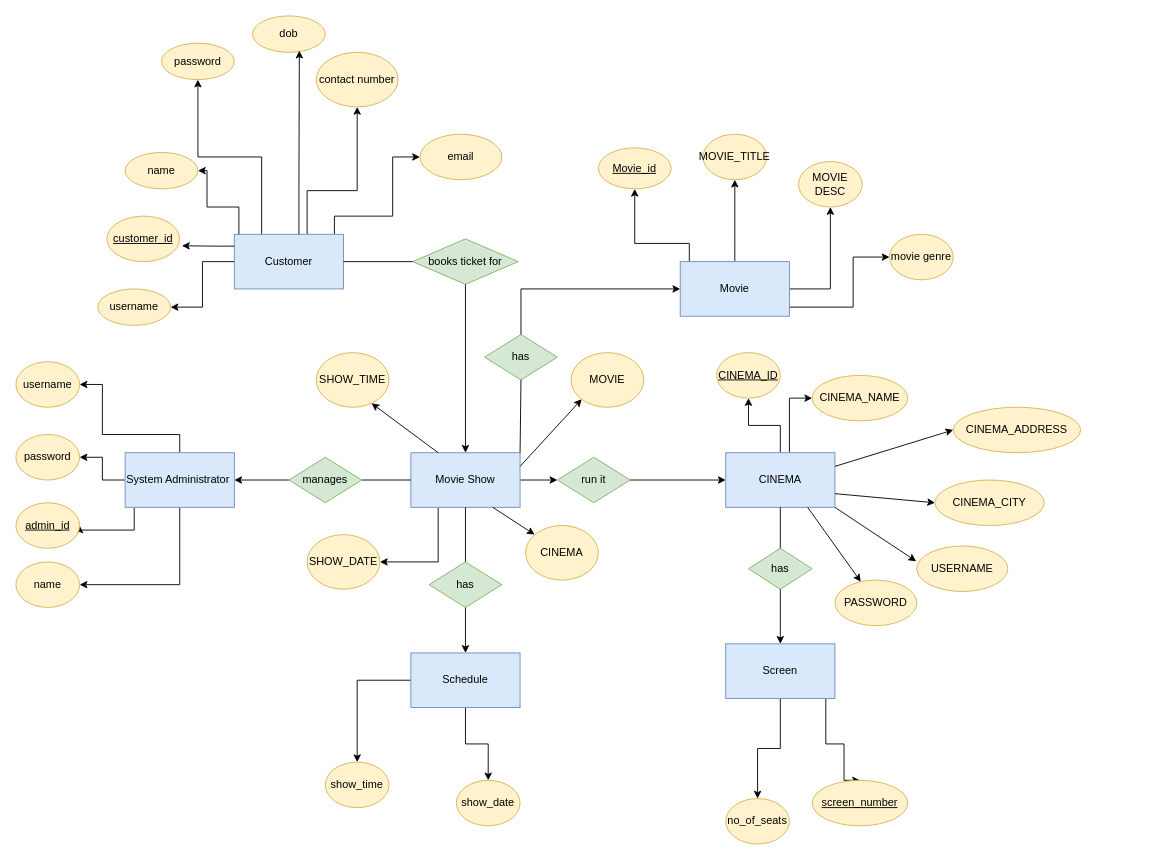
This is page "Page-2" (2 of 3) of usecase diagram.drawio from abhihksd/MovieBookingWebsite, a draw.io file, before an edit. Source tidied: cells renumbered, new cells numbered last; positions are measured from the earlier drawing's top-left corner, leaving out a move shared by most shapes. Both pictures are drawn from the tidied source at 91%, with x=0, y=0 at pixel (15, 15).
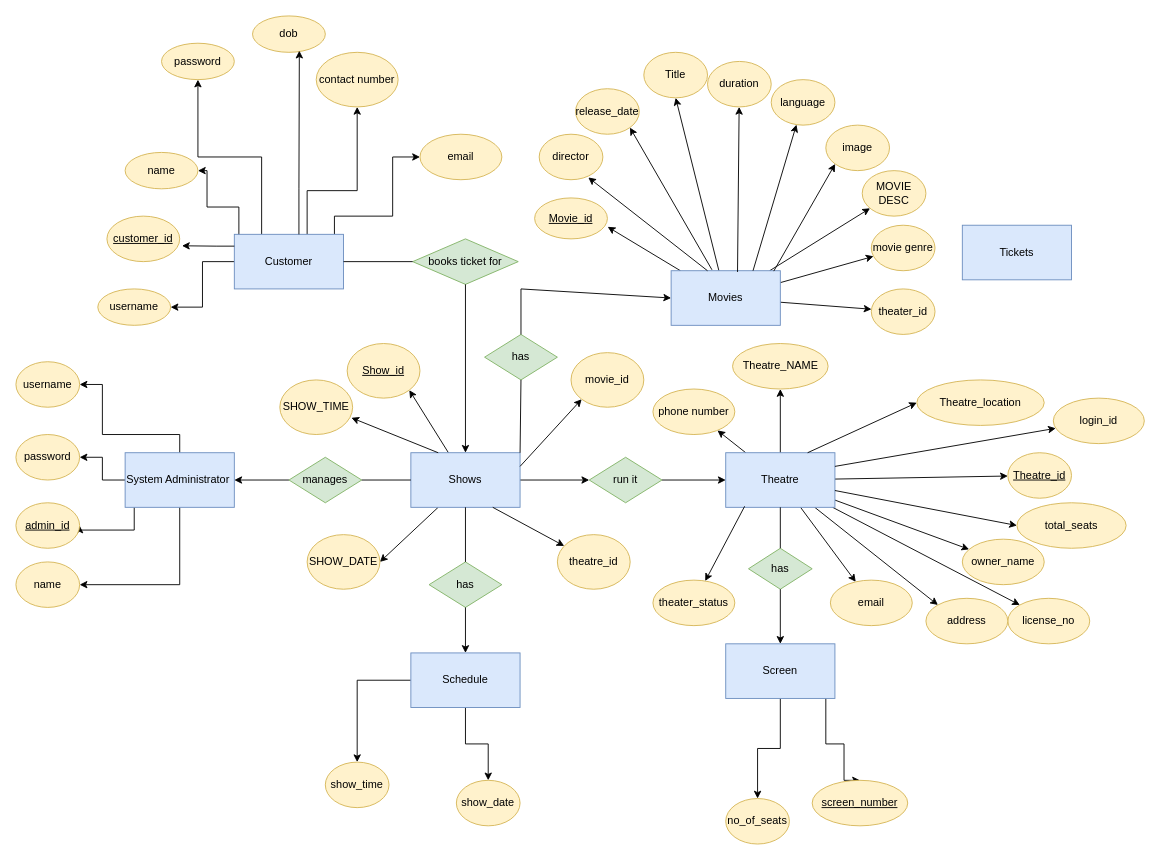
The same diagram, later.

Unchanged cells that the change refers to:
```xml
<mxCell id="68" value="SHOW_DATE" style="ellipse;whiteSpace=wrap;html=1;fillColor=#fff2cc;strokeColor=#d6b656;" parent="1" vertex="1">
  <mxGeometry x="320" y="570" width="80" height="60" as="geometry" />
</mxCell>
```

Change to the diagram source:
```diff
@@
-    <mxCell id="3" style="edgeStyle=orthogonalEdgeStyle;rounded=0;jettySize=auto;html=1;exitX=0.25;exitY=1;exitDx=0;exitDy=0;entryX=1;entryY=0.5;entryDx=0;entryDy=0;" parent="1" edge="1" source="4" target="68">
+    <mxCell id="3" style="rounded=0;jettySize=auto;html=1;exitX=0.25;exitY=1;exitDx=0;exitDy=0;entryX=1;entryY=0.5;entryDx=0;entryDy=0;" parent="1" edge="1" source="4" target="68">
       <mxGeometry relative="1" as="geometry" />
     </mxCell>
+    <mxCell id="85" style="rounded=0;jettySize=auto;html=1;entryX=1;entryY=1;entryDx=0;entryDy=0;" parent="1" edge="1" source="4" target="104">
+      <mxGeometry relative="1" as="geometry" />
+    </mxCell>
-    <mxCell id="4" value="Movie Show" style="rounded=0;whiteSpace=wrap;html=1;fillColor=#dae8fc;strokeColor=#6c8ebf;" parent="1" vertex="1">
+    <mxCell id="4" value="Shows" style="rounded=0;whiteSpace=wrap;html=1;fillColor=#dae8fc;strokeColor=#6c8ebf;" parent="1" vertex="1">
       <mxGeometry x="434" y="480" width="120" height="60" as="geometry" />
     </mxCell>
@@
-    <mxCell id="11" style="edgeStyle=orthogonalEdgeStyle;rounded=0;jettySize=auto;html=1;entryX=0;entryY=0.5;entryDx=0;entryDy=0;" parent="1" edge="1" source="13" target="63">
-      <mxGeometry relative="1" as="geometry">
-        <Array as="points">
-          <mxPoint x="850" y="420" />
-        </Array>
-      </mxGeometry>
+    <mxCell id="11" style="rounded=0;jettySize=auto;html=1;" parent="1" edge="1" source="13" target="63">
+      <mxGeometry relative="1" as="geometry" />
     </mxCell>
-    <mxCell id="12" style="edgeStyle=orthogonalEdgeStyle;rounded=0;jettySize=auto;html=1;" parent="1" edge="1" source="13" target="61">
+    <mxCell id="12" style="rounded=0;jettySize=auto;html=1;" parent="1" edge="1" source="13" target="61">
       <mxGeometry relative="1" as="geometry" />
     </mxCell>
+    <mxCell id="86" style="rounded=0;jettySize=auto;html=1;entryX=0;entryY=0;entryDx=0;entryDy=0;" parent="1" edge="1" source="13" target="106">
+      <mxGeometry relative="1" as="geometry" />
+    </mxCell>
+    <mxCell id="87" style="rounded=0;jettySize=auto;html=1;" parent="1" edge="1" source="13" target="108">
+      <mxGeometry relative="1" as="geometry" />
+    </mxCell>
+    <mxCell id="88" style="rounded=0;jettySize=auto;html=1;entryX=0;entryY=0;entryDx=0;entryDy=0;" parent="1" edge="1" source="13" target="109">
+      <mxGeometry relative="1" as="geometry" />
+    </mxCell>
+    <mxCell id="89" style="rounded=0;jettySize=auto;html=1;" parent="1" edge="1" source="13" target="107">
+      <mxGeometry relative="1" as="geometry" />
+    </mxCell>
+    <mxCell id="90" style="rounded=0;jettySize=auto;html=1;" parent="1" edge="1" source="13" target="105">
+      <mxGeometry relative="1" as="geometry" />
+    </mxCell>
-    <mxCell id="13" value="CINEMA" style="rounded=0;whiteSpace=wrap;html=1;fillColor=#dae8fc;strokeColor=#6c8ebf;" parent="1" vertex="1">
+    <mxCell id="13" value="Theatre" style="rounded=0;whiteSpace=wrap;html=1;fillColor=#dae8fc;strokeColor=#6c8ebf;" parent="1" vertex="1">
       <mxGeometry x="780" y="480" width="120" height="60" as="geometry" />
     </mxCell>
@@
-    <mxCell id="17" style="edgeStyle=orthogonalEdgeStyle;rounded=0;jettySize=auto;html=1;entryX=0.5;entryY=1;entryDx=0;entryDy=0;" parent="1" edge="1" source="21" target="64">
-      <mxGeometry relative="1" as="geometry">
-        <Array as="points">
-          <mxPoint x="740" y="250" />
-          <mxPoint x="680" y="250" />
-        </Array>
-      </mxGeometry>
+    <mxCell id="17" style="rounded=0;jettySize=auto;html=1;entryX=1.003;entryY=0.706;entryDx=0;entryDy=0;entryPerimeter=0;" parent="1" edge="1" source="21" target="64">
+      <mxGeometry relative="1" as="geometry" />
     </mxCell>
-    <mxCell id="18" style="edgeStyle=orthogonalEdgeStyle;rounded=0;jettySize=auto;html=1;entryX=0.5;entryY=1;entryDx=0;entryDy=0;" parent="1" edge="1" source="21">
-      <mxGeometry relative="1" as="geometry">
-        <mxPoint x="790" y="180" as="targetPoint" />
-        <Array as="points">
-          <mxPoint x="790" y="250" />
-          <mxPoint x="790" y="250" />
-        </Array>
-      </mxGeometry>
+    <mxCell id="18" style="rounded=0;jettySize=auto;html=1;entryX=0.5;entryY=1;entryDx=0;entryDy=0;" parent="1" edge="1" source="21" target="73">
+      <mxGeometry relative="1" as="geometry" />
     </mxCell>
-    <mxCell id="19" style="edgeStyle=orthogonalEdgeStyle;rounded=0;jettySize=auto;html=1;" parent="1" edge="1" source="21" target="65">
+    <mxCell id="19" style="rounded=0;jettySize=auto;html=1;" parent="1" edge="1" source="21" target="65">
       <mxGeometry relative="1" as="geometry" />
     </mxCell>
-    <mxCell id="20" style="edgeStyle=orthogonalEdgeStyle;rounded=0;jettySize=auto;html=1;" parent="1" edge="1" source="21" target="74">
-      <mxGeometry relative="1" as="geometry">
-        <Array as="points">
-          <mxPoint x="920" y="320" />
-          <mxPoint x="920" y="265" />
-        </Array>
-      </mxGeometry>
+    <mxCell id="20" style="rounded=0;jettySize=auto;html=1;" parent="1" edge="1" source="21" target="74">
+      <mxGeometry relative="1" as="geometry" />
     </mxCell>
+    <mxCell id="91" style="rounded=0;jettySize=auto;html=1;" parent="1" edge="1" source="21" target="96">
+      <mxGeometry relative="1" as="geometry" />
+    </mxCell>
-    <mxCell id="21" value="Movie" style="rounded=0;whiteSpace=wrap;html=1;fillColor=#dae8fc;strokeColor=#6c8ebf;" parent="1" vertex="1">
-      <mxGeometry x="730" y="270" width="120" height="60" as="geometry" />
+    <mxCell id="21" value="Movies" style="rounded=0;whiteSpace=wrap;html=1;fillColor=#dae8fc;strokeColor=#6c8ebf;" parent="1" vertex="1">
+      <mxGeometry x="720" y="280" width="120" height="60" as="geometry" />
     </mxCell>
@@
     <mxCell id="31" value="run it" style="rhombus;whiteSpace=wrap;html=1;fillColor=#d5e8d4;strokeColor=#82b366;" parent="1" vertex="1">
-      <mxGeometry x="595" y="485" width="80" height="50" as="geometry" />
+      <mxGeometry x="630" y="485" width="80" height="50" as="geometry" />
     </mxCell>
@@
-    <mxCell id="61" value="&lt;u&gt;CINEMA_ID&lt;/u&gt;" style="ellipse;whiteSpace=wrap;html=1;fillColor=#fff2cc;strokeColor=#d6b656;" parent="1" vertex="1">
-      <mxGeometry x="770" y="370" width="70" height="50" as="geometry" />
+    <mxCell id="61" value="&lt;u&gt;Theatre_id&lt;/u&gt;" style="ellipse;whiteSpace=wrap;html=1;fillColor=#fff2cc;strokeColor=#d6b656;" parent="1" vertex="1">
+      <mxGeometry x="1090" y="480" width="70" height="50" as="geometry" />
     </mxCell>
-    <mxCell id="62" value="CINEMA_ADDRESS" style="ellipse;whiteSpace=wrap;html=1;fillColor=#fff2cc;strokeColor=#d6b656;" parent="1" vertex="1">
-      <mxGeometry x="1030" y="430" width="140" height="50" as="geometry" />
+    <mxCell id="62" value="Theatre_location" style="ellipse;whiteSpace=wrap;html=1;fillColor=#fff2cc;strokeColor=#d6b656;" parent="1" vertex="1">
+      <mxGeometry x="990" y="400" width="140" height="50" as="geometry" />
     </mxCell>
-    <mxCell id="63" value="CINEMA_NAME" style="ellipse;whiteSpace=wrap;html=1;fillColor=#fff2cc;strokeColor=#d6b656;" parent="1" vertex="1">
-      <mxGeometry x="875" y="395" width="105" height="50" as="geometry" />
+    <mxCell id="63" value="Theatre_NAME" style="ellipse;whiteSpace=wrap;html=1;fillColor=#fff2cc;strokeColor=#d6b656;" parent="1" vertex="1">
+      <mxGeometry x="787.5" y="360" width="105" height="50" as="geometry" />
     </mxCell>
     <mxCell id="64" value="&lt;u&gt;Movie_id&lt;/u&gt;" style="ellipse;whiteSpace=wrap;html=1;fillColor=#fff2cc;strokeColor=#d6b656;" parent="1" vertex="1">
-      <mxGeometry x="640" y="145" width="80" height="45" as="geometry" />
+      <mxGeometry x="570" y="200" width="80" height="45" as="geometry" />
     </mxCell>
     <mxCell id="65" value="MOVIE DESC" style="ellipse;whiteSpace=wrap;html=1;fillColor=#fff2cc;strokeColor=#d6b656;" parent="1" vertex="1">
-      <mxGeometry x="860" y="160" width="70" height="50" as="geometry" />
+      <mxGeometry x="930" y="170" width="70" height="50" as="geometry" />
     </mxCell>
-    <mxCell id="66" value="CINEMA" style="ellipse;whiteSpace=wrap;html=1;fillColor=#fff2cc;strokeColor=#d6b656;" parent="1" vertex="1">
-      <mxGeometry x="560" y="560" width="80" height="60" as="geometry" />
+    <mxCell id="66" value="theatre_id" style="ellipse;whiteSpace=wrap;html=1;fillColor=#fff2cc;strokeColor=#d6b656;" parent="1" vertex="1">
+      <mxGeometry x="595" y="570" width="80" height="60" as="geometry" />
     </mxCell>
-    <mxCell id="67" value="MOVIE" style="ellipse;whiteSpace=wrap;html=1;fillColor=#fff2cc;strokeColor=#d6b656;" parent="1" vertex="1">
+    <mxCell id="67" value="movie_id" style="ellipse;whiteSpace=wrap;html=1;fillColor=#fff2cc;strokeColor=#d6b656;" parent="1" vertex="1">
       <mxGeometry x="610" y="370" width="80" height="60" as="geometry" />
     </mxCell>
@@
     <mxCell id="69" value="SHOW_TIME" style="ellipse;whiteSpace=wrap;html=1;fillColor=#fff2cc;strokeColor=#d6b656;" parent="1" vertex="1">
-      <mxGeometry x="330" y="370" width="80" height="60" as="geometry" />
+      <mxGeometry x="290" y="400" width="80" height="60" as="geometry" />
     </mxCell>
-    <mxCell id="70" value="CINEMA_CITY" style="ellipse;whiteSpace=wrap;html=1;fillColor=#fff2cc;strokeColor=#d6b656;" parent="1" vertex="1">
-      <mxGeometry x="1010" y="510" width="120" height="50" as="geometry" />
+    <mxCell id="70" value="total_seats" style="ellipse;whiteSpace=wrap;html=1;fillColor=#fff2cc;strokeColor=#d6b656;" parent="1" vertex="1">
+      <mxGeometry x="1100" y="535" width="120" height="50" as="geometry" />
     </mxCell>
-    <mxCell id="71" value="USERNAME" style="ellipse;whiteSpace=wrap;html=1;fillColor=#fff2cc;strokeColor=#d6b656;" parent="1" vertex="1">
-      <mxGeometry x="990" y="582.5" width="100" height="50" as="geometry" />
+    <mxCell id="71" value="login_id" style="ellipse;whiteSpace=wrap;html=1;fillColor=#fff2cc;strokeColor=#d6b656;" parent="1" vertex="1">
+      <mxGeometry x="1140" y="420" width="100" height="50" as="geometry" />
     </mxCell>
-    <mxCell id="72" value="PASSWORD" style="ellipse;whiteSpace=wrap;html=1;fillColor=#fff2cc;strokeColor=#d6b656;" parent="1" vertex="1">
-      <mxGeometry x="900" y="620" width="90" height="50" as="geometry" />
+    <mxCell id="72" value="theater_status" style="ellipse;whiteSpace=wrap;html=1;fillColor=#fff2cc;strokeColor=#d6b656;" parent="1" vertex="1">
+      <mxGeometry x="700" y="620" width="90" height="50" as="geometry" />
     </mxCell>
-    <mxCell id="73" value="MOVIE_TITLE" style="ellipse;whiteSpace=wrap;html=1;fillColor=#fff2cc;strokeColor=#d6b656;" parent="1" vertex="1">
-      <mxGeometry x="755" y="130" width="70" height="50" as="geometry" />
+    <mxCell id="73" value="Title" style="ellipse;whiteSpace=wrap;html=1;fillColor=#fff2cc;strokeColor=#d6b656;" parent="1" vertex="1">
+      <mxGeometry x="690" y="40" width="70" height="50" as="geometry" />
     </mxCell>
     <mxCell id="74" value="movie genre" style="ellipse;whiteSpace=wrap;html=1;fillColor=#fff2cc;strokeColor=#d6b656;" parent="1" vertex="1">
-      <mxGeometry x="960" y="240" width="70" height="50" as="geometry" />
+      <mxGeometry x="940" y="230" width="70" height="50" as="geometry" />
     </mxCell>
@@
-    <mxCell id="78" style="endArrow=classic;html=1;rounded=0;entryX=0.76;entryY=0.928;entryDx=0;entryDy=0;entryPerimeter=0;exitX=0.25;exitY=0;exitDx=0;exitDy=0;" parent="1" edge="1" source="4" target="69">
+    <mxCell id="78" style="endArrow=classic;html=1;rounded=0;entryX=0.983;entryY=0.693;entryDx=0;entryDy=0;entryPerimeter=0;exitX=0.25;exitY=0;exitDx=0;exitDy=0;" parent="1" edge="1" source="4" target="69">
       <mxGeometry relative="1" as="geometry" />
     </mxCell>
@@
-    <mxCell id="80" style="endArrow=classic;html=1;rounded=0;exitX=0.75;exitY=1;exitDx=0;exitDy=0;" parent="1" edge="1" source="4">
-      <mxGeometry relative="1" as="geometry">
-        <mxPoint x="570" y="570" as="targetPoint" />
-      </mxGeometry>
+    <mxCell id="80" style="endArrow=classic;html=1;rounded=0;exitX=0.75;exitY=1;exitDx=0;exitDy=0;" parent="1" edge="1" source="4" target="66">
+      <mxGeometry relative="1" as="geometry" />
     </mxCell>
-    <mxCell id="81" style="endArrow=classic;html=1;rounded=0;entryX=0;entryY=0.5;entryDx=0;entryDy=0;exitX=1;exitY=0.25;exitDx=0;exitDy=0;" parent="1" edge="1" source="13" target="62">
+    <mxCell id="81" style="endArrow=classic;html=1;rounded=0;entryX=0;entryY=0.5;entryDx=0;entryDy=0;exitX=0.75;exitY=0;exitDx=0;exitDy=0;" parent="1" edge="1" source="13" target="62">
       <mxGeometry relative="1" as="geometry" />
     </mxCell>
-    <mxCell id="82" style="endArrow=classic;html=1;rounded=0;entryX=0;entryY=0.5;entryDx=0;entryDy=0;exitX=1;exitY=0.75;exitDx=0;exitDy=0;" parent="1" edge="1" source="13" target="70">
+    <mxCell id="82" style="endArrow=classic;html=1;rounded=0;entryX=0;entryY=0.5;entryDx=0;entryDy=0;" parent="1" edge="1" source="13" target="70">
       <mxGeometry relative="1" as="geometry" />
     </mxCell>
-    <mxCell id="83" style="endArrow=classic;html=1;rounded=0;entryX=-0.007;entryY=0.335;entryDx=0;entryDy=0;entryPerimeter=0;exitX=1;exitY=1;exitDx=0;exitDy=0;" parent="1" edge="1" source="13" target="71">
+    <mxCell id="83" style="endArrow=classic;html=1;rounded=0;exitX=1;exitY=0.25;exitDx=0;exitDy=0;" parent="1" edge="1" source="13" target="71">
       <mxGeometry relative="1" as="geometry" />
     </mxCell>
-    <mxCell id="84" style="endArrow=classic;html=1;rounded=0;exitX=0.75;exitY=1;exitDx=0;exitDy=0;" parent="1" edge="1" source="13" target="72">
+    <mxCell id="84" style="endArrow=classic;html=1;rounded=0;exitX=0.173;exitY=0.982;exitDx=0;exitDy=0;exitPerimeter=0;" parent="1" edge="1" source="13" target="72">
       <mxGeometry relative="1" as="geometry" />
     </mxCell>
+    <mxCell id="92" value="director" style="ellipse;whiteSpace=wrap;html=1;fillColor=#fff2cc;strokeColor=#d6b656;" parent="1" vertex="1">
+      <mxGeometry x="575" y="130" width="70" height="50" as="geometry" />
+    </mxCell>
+    <mxCell id="93" value="release_date" style="ellipse;whiteSpace=wrap;html=1;fillColor=#fff2cc;strokeColor=#d6b656;" parent="1" vertex="1">
+      <mxGeometry x="615" y="80" width="70" height="50" as="geometry" />
+    </mxCell>
+    <mxCell id="94" value="duration" style="ellipse;whiteSpace=wrap;html=1;fillColor=#fff2cc;strokeColor=#d6b656;" parent="1" vertex="1">
+      <mxGeometry x="760" y="50" width="70" height="50" as="geometry" />
+    </mxCell>
+    <mxCell id="95" value="language" style="ellipse;whiteSpace=wrap;html=1;fillColor=#fff2cc;strokeColor=#d6b656;" parent="1" vertex="1">
+      <mxGeometry x="830" y="70" width="70" height="50" as="geometry" />
+    </mxCell>
+    <mxCell id="96" value="theater_id" style="ellipse;whiteSpace=wrap;html=1;fillColor=#fff2cc;strokeColor=#d6b656;" parent="1" vertex="1">
+      <mxGeometry x="940" y="300" width="70" height="50" as="geometry" />
+    </mxCell>
+    <mxCell id="97" value="image" style="ellipse;whiteSpace=wrap;html=1;fillColor=#fff2cc;strokeColor=#d6b656;" parent="1" vertex="1">
+      <mxGeometry x="890" y="120" width="70" height="50" as="geometry" />
+    </mxCell>
+    <mxCell id="98" style="endArrow=classic;html=1;rounded=0;entryX=0.771;entryY=0.95;entryDx=0;entryDy=0;exitX=0.333;exitY=0;exitDx=0;exitDy=0;exitPerimeter=0;entryPerimeter=0;" parent="1" edge="1" source="21" target="92">
+      <mxGeometry relative="1" as="geometry" />
+    </mxCell>
+    <mxCell id="99" style="endArrow=classic;html=1;rounded=0;entryX=1;entryY=1;entryDx=0;entryDy=0;exitX=0.374;exitY=-0.017;exitDx=0;exitDy=0;exitPerimeter=0;" parent="1" edge="1" source="21" target="93">
+      <mxGeometry relative="1" as="geometry" />
+    </mxCell>
+    <mxCell id="100" style="endArrow=classic;html=1;rounded=0;exitX=0.608;exitY=0.022;exitDx=0;exitDy=0;exitPerimeter=0;" parent="1" edge="1" source="21" target="94">
+      <mxGeometry relative="1" as="geometry" />
+    </mxCell>
+    <mxCell id="101" style="endArrow=classic;html=1;rounded=0;exitX=0.75;exitY=0;exitDx=0;exitDy=0;" parent="1" edge="1" source="21" target="95">
+      <mxGeometry relative="1" as="geometry" />
+    </mxCell>
+    <mxCell id="102" style="endArrow=classic;html=1;rounded=0;exitX=0.94;exitY=0.007;exitDx=0;exitDy=0;exitPerimeter=0;entryX=0;entryY=1;entryDx=0;entryDy=0;" parent="1" edge="1" source="21" target="97">
+      <mxGeometry relative="1" as="geometry" />
+    </mxCell>
+    <mxCell id="103" value="Tickets" style="rounded=0;whiteSpace=wrap;html=1;fillColor=#dae8fc;strokeColor=#6c8ebf;" parent="1" vertex="1">
+      <mxGeometry x="1040" y="230" width="120" height="60" as="geometry" />
+    </mxCell>
+    <mxCell id="104" value="&lt;u&gt;Show_id&lt;/u&gt;" style="ellipse;whiteSpace=wrap;html=1;fillColor=#fff2cc;strokeColor=#d6b656;" parent="1" vertex="1">
+      <mxGeometry x="364" y="360" width="80" height="60" as="geometry" />
+    </mxCell>
+    <mxCell id="105" value="owner_name" style="ellipse;whiteSpace=wrap;html=1;fillColor=#fff2cc;strokeColor=#d6b656;" parent="1" vertex="1">
+      <mxGeometry x="1040" y="575" width="90" height="50" as="geometry" />
+    </mxCell>
+    <mxCell id="106" value="license_no" style="ellipse;whiteSpace=wrap;html=1;fillColor=#fff2cc;strokeColor=#d6b656;" parent="1" vertex="1">
+      <mxGeometry x="1090" y="640" width="90" height="50" as="geometry" />
+    </mxCell>
+    <mxCell id="107" value="email" style="ellipse;whiteSpace=wrap;html=1;fillColor=#fff2cc;strokeColor=#d6b656;" parent="1" vertex="1">
+      <mxGeometry x="895" y="620" width="90" height="50" as="geometry" />
+    </mxCell>
+    <mxCell id="108" value="phone number" style="ellipse;whiteSpace=wrap;html=1;fillColor=#fff2cc;strokeColor=#d6b656;" parent="1" vertex="1">
+      <mxGeometry x="700" y="410" width="90" height="50" as="geometry" />
+    </mxCell>
+    <mxCell id="109" value="address" style="ellipse;whiteSpace=wrap;html=1;fillColor=#fff2cc;strokeColor=#d6b656;" parent="1" vertex="1">
+      <mxGeometry x="1000" y="640" width="90" height="50" as="geometry" />
+    </mxCell>
```
